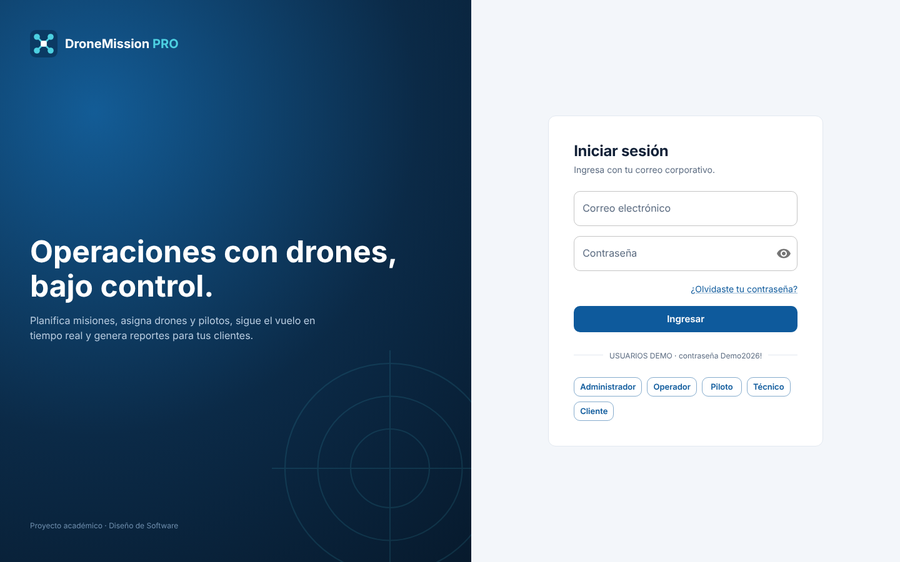
NIckys310/DroneMission-Pro keeps this PlantUML diagram as docs/screenshots/01-login.png. Above is the earlier version. Its source is kept beside it as docs/diagrams/sequence/01-login.puml. Source of this version:
```plantuml
@startuml 01-login
!include ../_estilo.iuml
title Secuencia - Iniciar sesión (CU-001)
autonumber
actor Usuario
participant "Frontend\nLoginPage" as FE
participant "AuthController" as C
participant "AuthService" as S
participant "UserRepository" as R
participant "PasswordEncoder\n(BCrypt)" as P
participant "JwtService" as J
participant "AuditService" as A
database "BD" as DB

Usuario -> FE : correo + contraseña
FE -> FE : validar formato (frontend)
FE -> C : POST /api/auth/login
C -> C : @Valid LoginRequest
C -> S : login(request)
S -> R : findByEmailIgnoreCase(correo)
R -> DB : SELECT usuarios
DB --> R : usuario
alt usuario inexistente o contraseña incorrecta
  S -> P : matches(contraseña, hash)
  P --> S : false
  S -> A : logAs(LOGIN_FALLIDO)
  S --> C : AuthenticationFailedException
  C --> FE : 401 "Correo o contraseña incorrectos"
else usuario inactivo
  S --> C : AuthenticationFailedException
  C --> FE : 401 "El usuario está inactivo"
else credenciales válidas
  S -> P : matches(contraseña, hash)
  P --> S : true
  S -> J : generateToken(usuario)
  J --> S : JWT firmado (8 h)
  S -> A : logAs(LOGIN)
  S --> C : LoginResponse(token, usuario, permisos)
  C --> FE : 200 OK
  FE -> FE : guardar token y redirigir al dashboard
end
@enduml
```
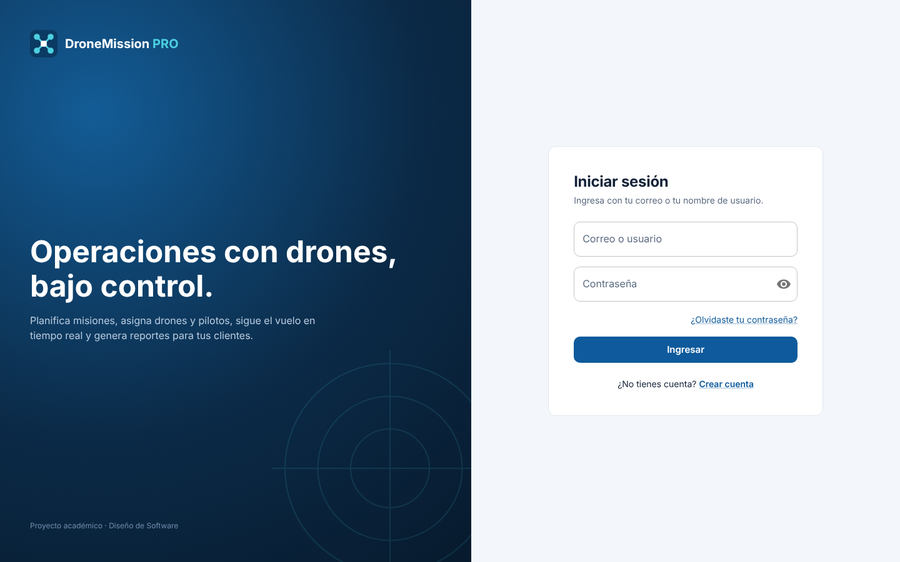
The same file after the commit.

Change to the diagram source:
```diff
@@ -4,6 +4,7 @@
 autonumber
 actor Usuario
 participant "Frontend\nLoginPage" as FE
+participant "AuthRateLimitFilter" as RL
 participant "AuthController" as C
 participant "AuthService" as S
 participant "UserRepository" as R
@@ -12,26 +13,38 @@
 participant "AuditService" as A
 database "BD" as DB
 
-Usuario -> FE : correo + contraseña
+Usuario -> FE : correo o usuario + contraseña
 FE -> FE : validar formato (frontend)
-FE -> C : POST /api/auth/login
+FE -> RL : POST /api/auth/login
+alt más de 20 intentos/minuto desde la IP
+  RL --> FE : 429 "Demasiados intentos"
+end
+RL -> C : continuar
 C -> C : @Valid LoginRequest
 C -> S : login(request)
-S -> R : findByEmailIgnoreCase(correo)
+S -> R : findByEmail o findByUsername(identificador)
 R -> DB : SELECT usuarios
 DB --> R : usuario
-alt usuario inexistente o contraseña incorrecta
+alt cuenta bloqueada (bloqueado_hasta > ahora)
+  S --> C : AuthenticationFailedException
+  C --> FE : 401 "Cuenta bloqueada temporalmente"
+else usuario inexistente o contraseña incorrecta
   S -> P : matches(contraseña, hash)
   P --> S : false
+  S -> S : intentos_fallidos + 1\n(al 5º: bloquear 15 min)
   S -> A : logAs(LOGIN_FALLIDO)
   S --> C : AuthenticationFailedException
-  C --> FE : 401 "Correo o contraseña incorrectos"
+  C --> FE : 401 "Usuario o contraseña incorrectos"
+else cuenta pendiente de aprobación
+  S --> C : AuthenticationFailedException
+  C --> FE : 401 "Tu cuenta está pendiente de aprobación"
 else usuario inactivo
   S --> C : AuthenticationFailedException
   C --> FE : 401 "El usuario está inactivo"
 else credenciales válidas
   S -> P : matches(contraseña, hash)
   P --> S : true
+  S -> S : intentos_fallidos = 0
   S -> J : generateToken(usuario)
   J --> S : JWT firmado (8 h)
   S -> A : logAs(LOGIN)
```
